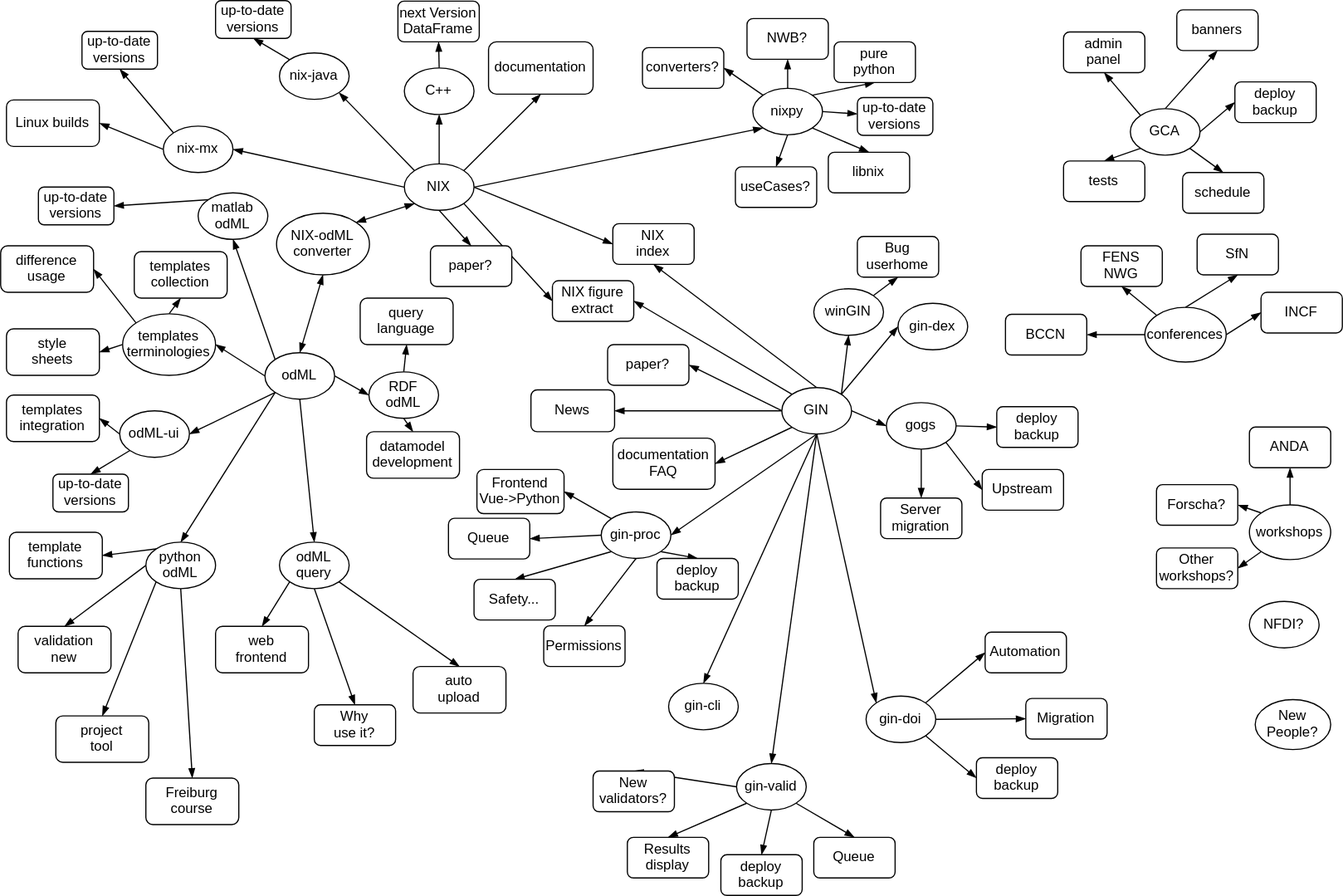
The draw.io diagram projects_overview/G-Node_project_map.svg in mpsonntag/prodoc, before a commit. Source tidied: cells renumbered, new cells last; positions are measured from the earlier drawing's top-left corner, leaving out a move shared by most shapes.
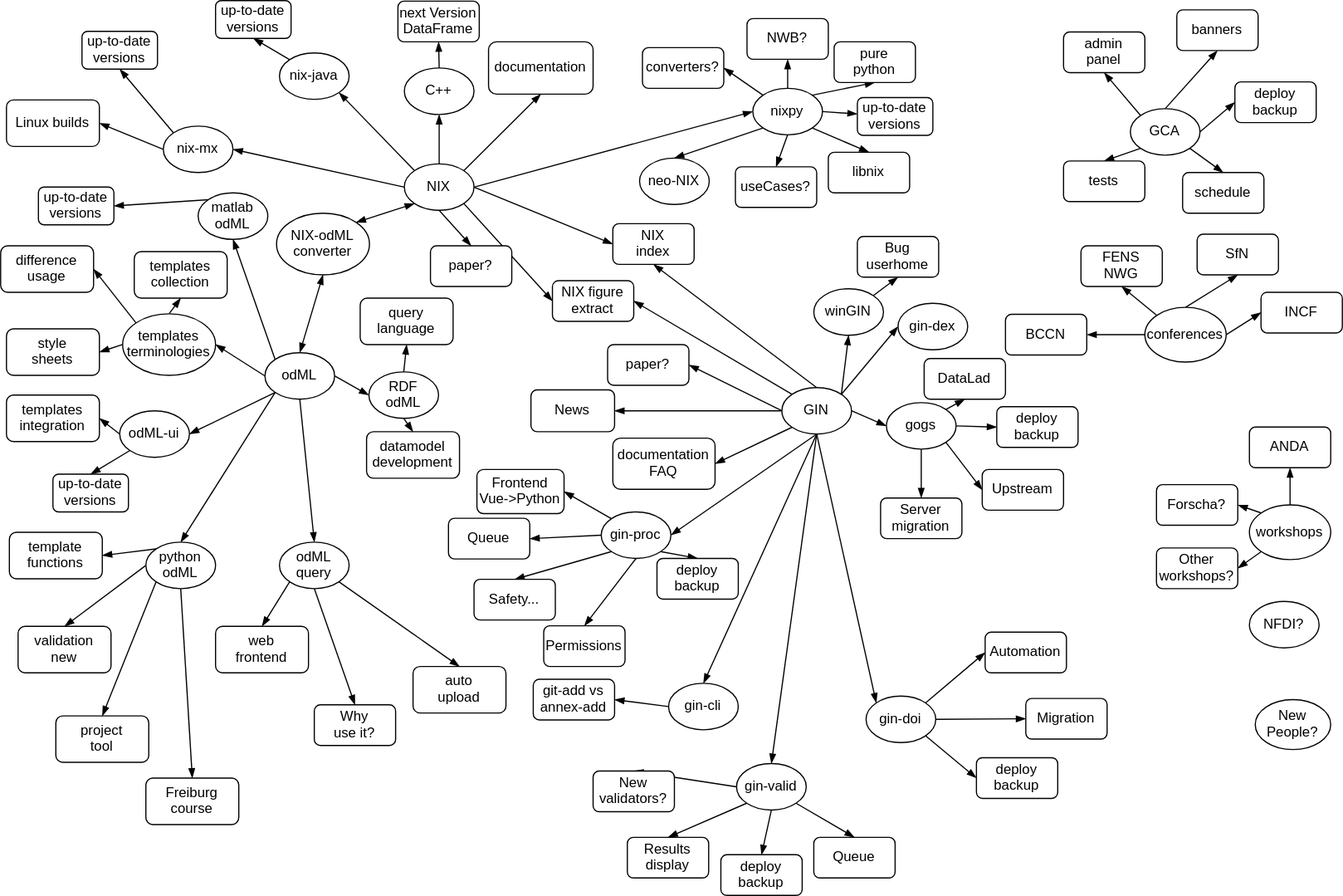
The same diagram one commit later.

Commit message:
[proj] Add neo/datalad

Diff of the diagram source:
```diff
@@ -26,7 +26,7 @@
     <mxCell id="9" style="edgeStyle=none;rounded=0;jettySize=auto;html=1;exitX=0;exitY=1;exitDx=0;exitDy=0;entryX=1;entryY=0;entryDx=0;entryDy=0;endArrow=blockThin;endFill=1;startArrow=blockThin;startFill=1;" parent="1" edge="1" source="14" target="106">
       <mxGeometry relative="1" as="geometry" />
     </mxCell>
-    <mxCell id="10" style="edgeStyle=none;rounded=0;jettySize=auto;html=1;exitX=1;exitY=0.5;exitDx=0;exitDy=0;entryX=0;entryY=1;entryDx=0;entryDy=0;endArrow=blockThin;endFill=1;" parent="1" edge="1" source="14" target="24">
+    <mxCell id="10" style="edgeStyle=none;rounded=0;jettySize=auto;html=1;exitX=1;exitY=0.5;exitDx=0;exitDy=0;entryX=0;entryY=0.5;entryDx=0;entryDy=0;endArrow=blockThin;endFill=1;" parent="1" edge="1" source="14" target="24">
       <mxGeometry relative="1" as="geometry" />
     </mxCell>
     <mxCell id="11" style="edgeStyle=none;rounded=0;jettySize=auto;html=1;exitX=1;exitY=0;exitDx=0;exitDy=0;entryX=0.5;entryY=1;entryDx=0;entryDy=0;endArrow=blockThin;endFill=1;" parent="1" edge="1" source="14" target="33">
@@ -503,5 +503,23 @@
     <mxCell id="168" value="templates&#10;collection" style="rounded=1;" parent="1" vertex="1">
       <mxGeometry x="115" y="216" width="80" height="40" as="geometry" />
     </mxCell>
+    <mxCell id="169" value="neo-NIX" style="ellipse;" parent="1" vertex="1">
+      <mxGeometry x="550" y="135.5" width="60" height="40" as="geometry" />
+    </mxCell>
+    <mxCell id="170" style="edgeStyle=none;rounded=0;jettySize=auto;html=1;exitX=0;exitY=1;exitDx=0;exitDy=0;entryX=0.5;entryY=0;entryDx=0;entryDy=0;endArrow=blockThin;endFill=1;" parent="1" edge="1" source="24" target="169">
+      <mxGeometry relative="1" as="geometry" />
+    </mxCell>
+    <mxCell id="171" value="git-add vs&#10;annex-add" style="rounded=1;" parent="1" vertex="1">
+      <mxGeometry x="458.5" y="584" width="70" height="35" as="geometry" />
+    </mxCell>
+    <mxCell id="172" style="edgeStyle=none;rounded=0;jettySize=auto;html=1;exitX=0;exitY=0.5;exitDx=0;exitDy=0;entryX=1;entryY=0.5;entryDx=0;entryDy=0;endArrow=blockThin;endFill=1;" parent="1" edge="1" source="54" target="171">
+      <mxGeometry relative="1" as="geometry" />
+    </mxCell>
+    <mxCell id="173" value="DataLad" style="rounded=1;" parent="1" vertex="1">
+      <mxGeometry x="795" y="308" width="70" height="35" as="geometry" />
+    </mxCell>
+    <mxCell id="174" style="edgeStyle=none;rounded=0;jettySize=auto;html=1;exitX=1;exitY=0;exitDx=0;exitDy=0;entryX=0.5;entryY=1;entryDx=0;entryDy=0;endArrow=blockThin;endFill=1;" parent="1" edge="1" source="38" target="173">
+      <mxGeometry relative="1" as="geometry" />
+    </mxCell>
   </root>
 </mxGraphModel>
```
